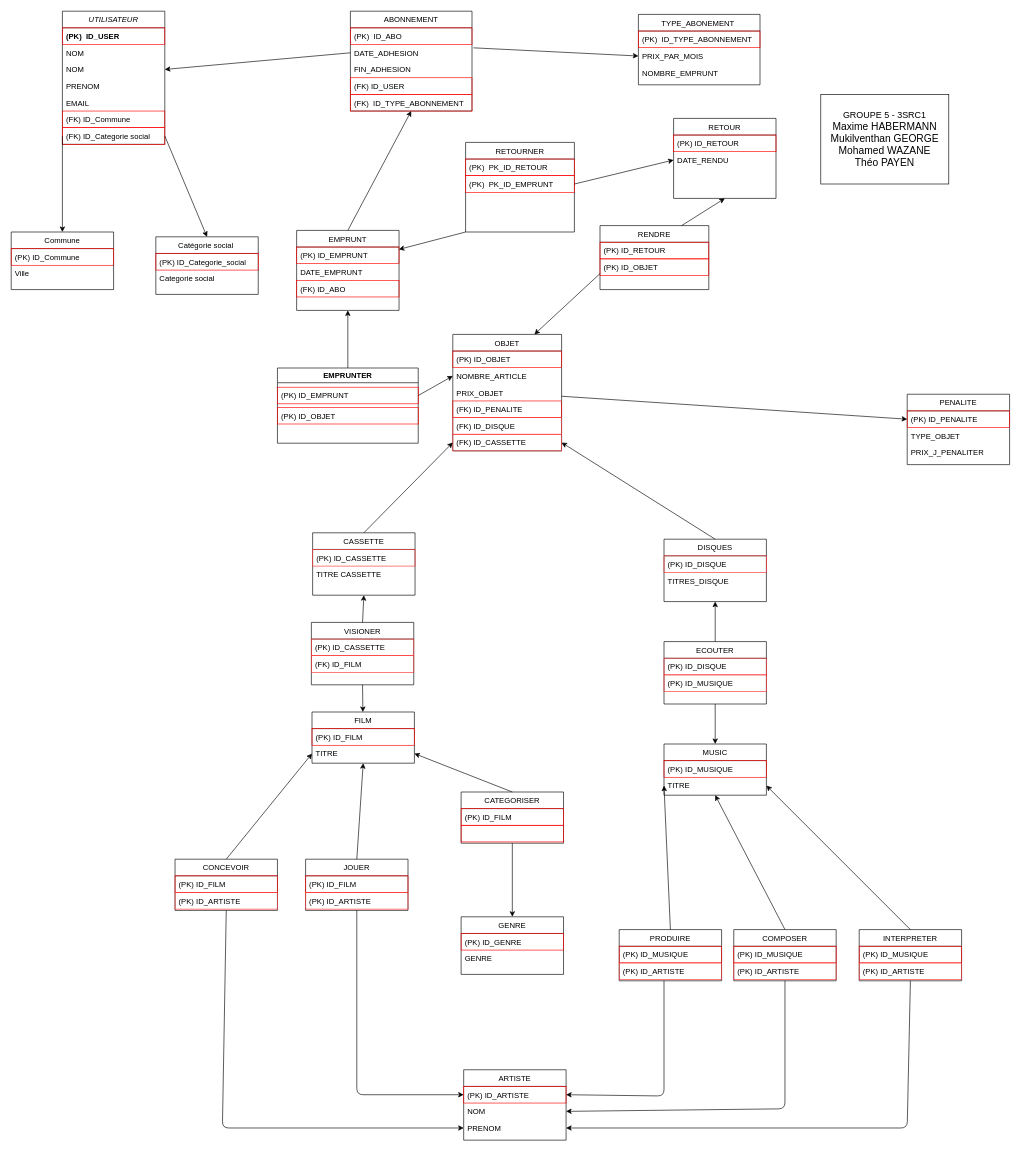
GMukilventhan/Projet-BDD-SRC-21-22 keeps this draw.io diagram as page "MPD VERSION FINALE" (4 of 4) of Proje BDD-2-2.drawio. Above is the earlier version. Source tidied: cells renumbered, new cells numbered last; positions are measured from the earlier drawing's top-left corner, leaving out a move shared by most shapes. Both pictures are drawn from the tidied source at 64%, with x=0, y=0 at pixel (11, 11).
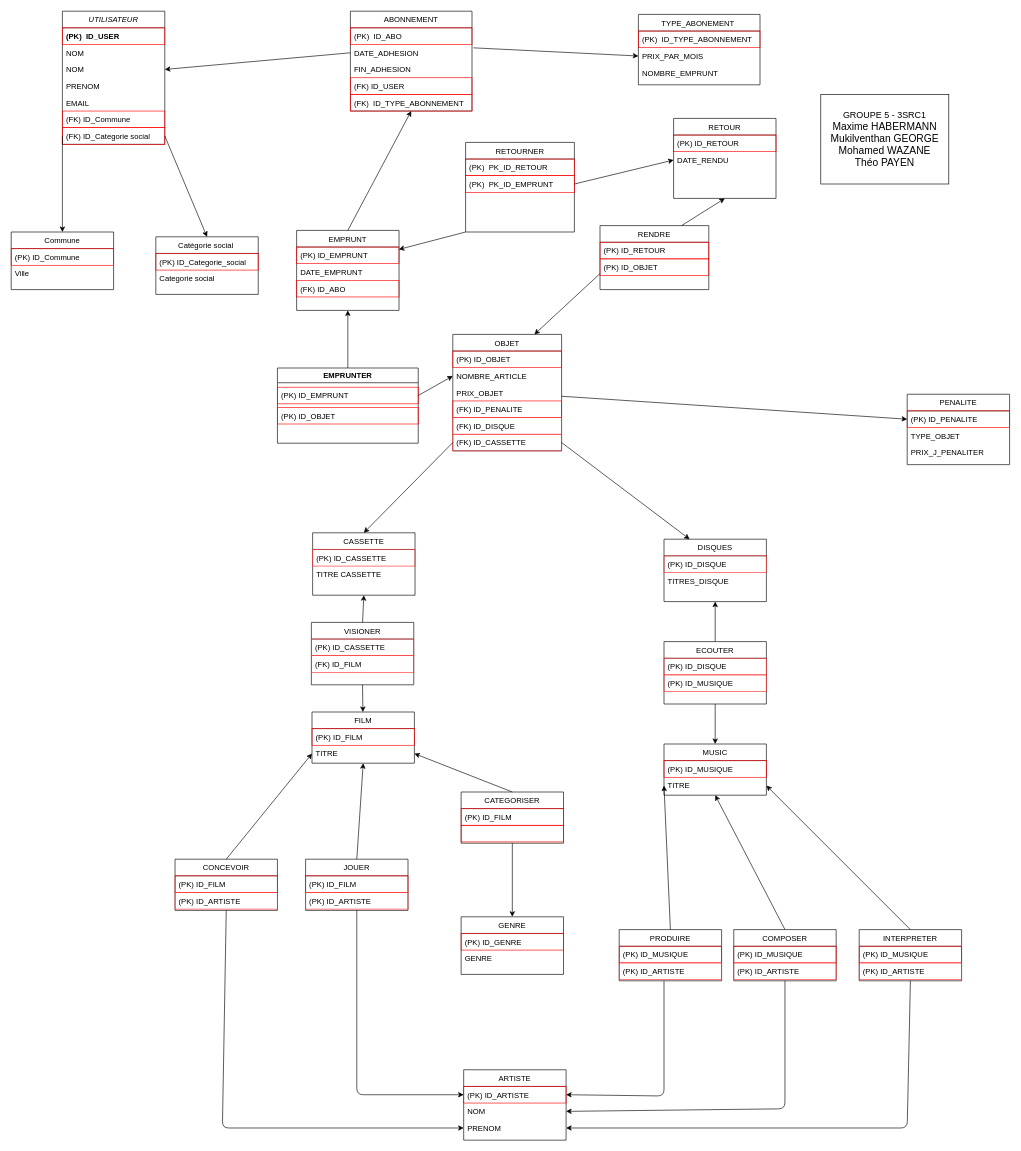
Above is the later version.

Unchanged cells that the change refers to:
```xml
<mxCell id="22" value="(FK) ID_CASSETTE" style="text;align=left;verticalAlign=top;spacingLeft=4;spacingRight=4;overflow=hidden;points=[[0,0.5],[1,0.5]];portConstraint=eastwest;strokeColor=#FF3333;" parent="16" vertex="1">
  <mxGeometry y="156" width="170" height="26" as="geometry" />
</mxCell>
<mxCell id="47" value="CASSETTE" style="swimlane;fontStyle=0;align=center;verticalAlign=top;horizontal=1;startSize=26;rounded=0;shadow=0;strokeWidth=1;" parent="1" vertex="1">
  <mxGeometry x="471" y="815" width="160" height="97.5" as="geometry" />
</mxCell>
<mxCell id="50" value="DISQUES" style="swimlane;fontStyle=0;align=center;verticalAlign=top;horizontal=1;startSize=26;rounded=0;shadow=0;strokeWidth=1;" parent="1" vertex="1">
  <mxGeometry x="1020" y="825" width="160" height="97.5" as="geometry" />
</mxCell>
```

The edit, as a diff of the source:
```diff
@@
-    <mxCell id="125" style="endArrow=classic;html=1;exitX=0.5;exitY=0;exitDx=0;exitDy=0;entryX=0;entryY=0.5;entryDx=0;entryDy=0;" parent="1" edge="1" source="47" target="22">
-      <mxGeometry relative="1" as="geometry" />
-    </mxCell>
-    <mxCell id="126" style="endArrow=classic;html=1;exitX=0.5;exitY=0;exitDx=0;exitDy=0;entryX=1;entryY=0.5;entryDx=0;entryDy=0;" parent="1" edge="1" source="50" target="22">
-      <mxGeometry relative="1" as="geometry" />
-    </mxCell>
+    <mxCell id="127" style="endArrow=classic;html=1;entryX=0.5;entryY=0;entryDx=0;entryDy=0;exitX=0;exitY=0.5;exitDx=0;exitDy=0;" parent="1" edge="1" source="22" target="47">
+      <mxGeometry relative="1" as="geometry" />
+    </mxCell>
+    <mxCell id="128" style="endArrow=classic;html=1;entryX=0.25;entryY=0;entryDx=0;entryDy=0;exitX=1;exitY=0.5;exitDx=0;exitDy=0;" parent="1" edge="1" source="22" target="50">
+      <mxGeometry relative="1" as="geometry" />
+    </mxCell>
```
